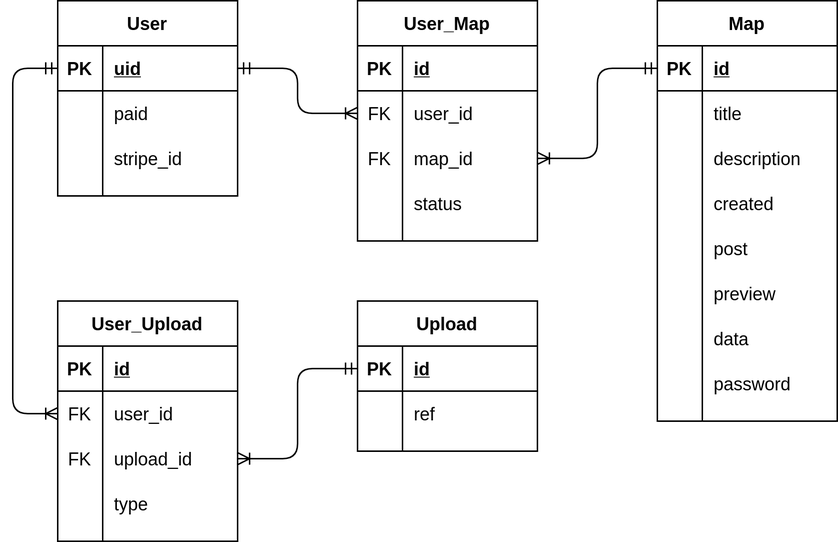
AndreasAtakan/GeoTales keeps this draw.io diagram as diagrams/db.png. Above is the earlier version. Source tidied: cells renumbered, new cells last; positions are measured from the earlier drawing's top-left corner, leaving out a move shared by most shapes.
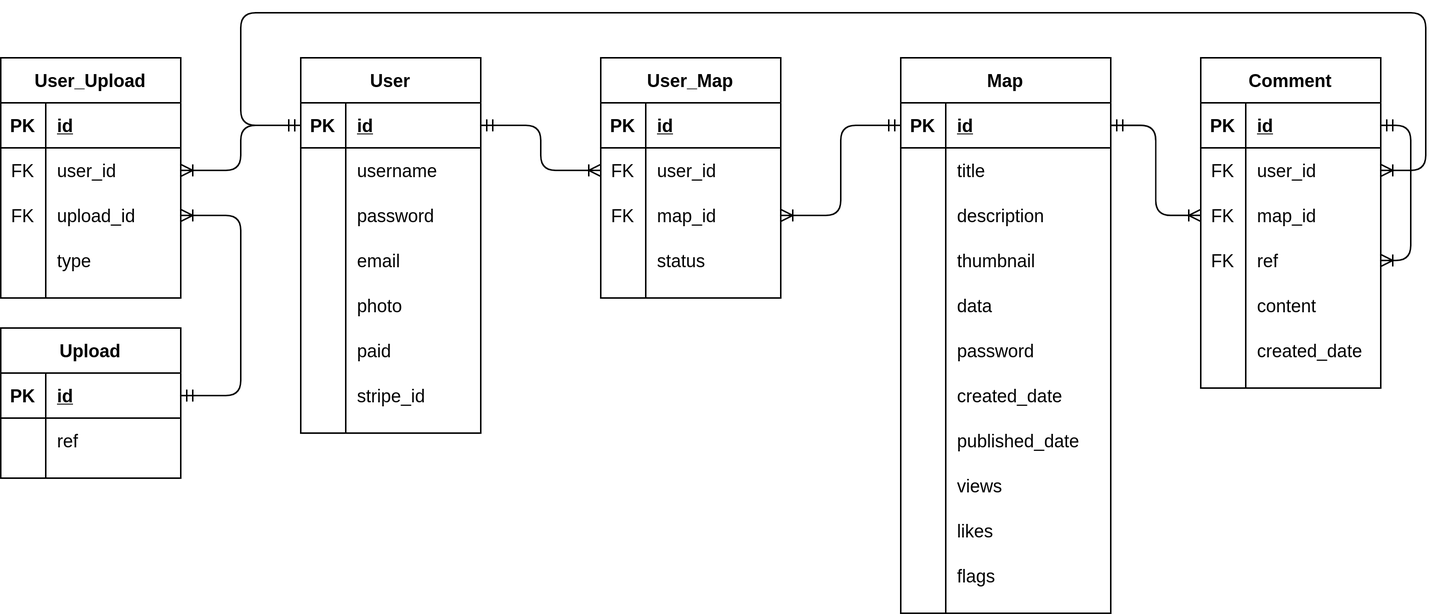
Above is the later version.

The edit, as a diff of the source:
```diff
@@ -5,3 +5,3 @@
     <mxCell id="2" value="User" style="shape=table;startSize=30;rowLines=0;fontStyle=1;align=center;comic=0;" parent="1" vertex="1">
-      <mxGeometry x="30" width="120" height="130" as="geometry" />
+      <mxGeometry x="30" width="120" height="250" as="geometry" />
     </mxCell>
@@ -13,7 +13,43 @@
     </mxCell>
-    <mxCell id="5" value="uid" style="shape=partialRectangle;fillColor=none;top=0;left=0;bottom=0;right=0;align=left;spacingLeft=6;fontStyle=5;overflow=hidden;" parent="3" vertex="1">
+    <mxCell id="5" value="id" style="shape=partialRectangle;fillColor=none;top=0;left=0;bottom=0;right=0;align=left;spacingLeft=6;fontStyle=5;overflow=hidden;" parent="3" vertex="1">
       <mxGeometry x="30" width="90" height="30" as="geometry" />
     </mxCell>
+    <mxCell id="74" style="shape=partialRectangle;fillColor=none;top=0;left=0;bottom=0;right=0;" parent="2" vertex="1">
+      <mxGeometry y="60" width="120" height="30" as="geometry" />
+    </mxCell>
+    <mxCell id="75" style="shape=partialRectangle;fillColor=none;top=0;left=0;bottom=0;right=0;overflow=hidden;" parent="74" vertex="1">
+      <mxGeometry width="30" height="30" as="geometry" />
+    </mxCell>
+    <mxCell id="76" value="username" style="shape=partialRectangle;fillColor=none;top=0;left=0;bottom=0;right=0;align=left;spacingLeft=6;overflow=hidden;" parent="74" vertex="1">
+      <mxGeometry x="30" width="90" height="30" as="geometry" />
+    </mxCell>
+    <mxCell id="77" style="shape=partialRectangle;fillColor=none;top=0;left=0;bottom=0;right=0;" parent="2" vertex="1">
+      <mxGeometry y="90" width="120" height="30" as="geometry" />
+    </mxCell>
+    <mxCell id="78" style="shape=partialRectangle;fillColor=none;top=0;left=0;bottom=0;right=0;overflow=hidden;" parent="77" vertex="1">
+      <mxGeometry width="30" height="30" as="geometry" />
+    </mxCell>
+    <mxCell id="79" value="password" style="shape=partialRectangle;fillColor=none;top=0;left=0;bottom=0;right=0;align=left;spacingLeft=6;overflow=hidden;" parent="77" vertex="1">
+      <mxGeometry x="30" width="90" height="30" as="geometry" />
+    </mxCell>
+    <mxCell id="80" style="shape=partialRectangle;fillColor=none;top=0;left=0;bottom=0;right=0;" parent="2" vertex="1">
+      <mxGeometry y="120" width="120" height="30" as="geometry" />
+    </mxCell>
+    <mxCell id="81" style="shape=partialRectangle;fillColor=none;top=0;left=0;bottom=0;right=0;overflow=hidden;" parent="80" vertex="1">
+      <mxGeometry width="30" height="30" as="geometry" />
+    </mxCell>
+    <mxCell id="82" value="email" style="shape=partialRectangle;fillColor=none;top=0;left=0;bottom=0;right=0;align=left;spacingLeft=6;overflow=hidden;" parent="80" vertex="1">
+      <mxGeometry x="30" width="90" height="30" as="geometry" />
+    </mxCell>
+    <mxCell id="83" style="shape=partialRectangle;fillColor=none;top=0;left=0;bottom=0;right=0;" parent="2" vertex="1">
+      <mxGeometry y="150" width="120" height="30" as="geometry" />
+    </mxCell>
+    <mxCell id="84" style="shape=partialRectangle;fillColor=none;top=0;left=0;bottom=0;right=0;overflow=hidden;" parent="83" vertex="1">
+      <mxGeometry width="30" height="30" as="geometry" />
+    </mxCell>
+    <mxCell id="85" value="photo" style="shape=partialRectangle;fillColor=none;top=0;left=0;bottom=0;right=0;align=left;spacingLeft=6;overflow=hidden;" parent="83" vertex="1">
+      <mxGeometry x="30" width="90" height="30" as="geometry" />
+    </mxCell>
     <mxCell id="6" style="shape=partialRectangle;fillColor=none;top=0;left=0;bottom=0;right=0;" parent="2" vertex="1">
-      <mxGeometry y="60" width="120" height="30" as="geometry" />
+      <mxGeometry y="180" width="120" height="30" as="geometry" />
     </mxCell>
@@ -26,3 +62,3 @@
     <mxCell id="9" style="shape=partialRectangle;fillColor=none;top=0;left=0;bottom=0;right=0;" parent="2" vertex="1">
-      <mxGeometry y="90" width="120" height="30" as="geometry" />
+      <mxGeometry y="210" width="120" height="30" as="geometry" />
     </mxCell>
@@ -74,6 +110,6 @@
     <mxCell id="25" value="Map" style="shape=table;startSize=30;rowLines=0;fontStyle=1;align=center;" parent="1" vertex="1">
-      <mxGeometry x="430" width="120" height="280" as="geometry" />
+      <mxGeometry x="430" width="140" height="370" as="geometry" />
     </mxCell>
     <mxCell id="26" style="shape=partialRectangle;fillColor=none;top=0;left=0;bottom=1;right=0;points=[[0,0.5],[1,0.5]];portConstraint=eastwest;" parent="25" vertex="1">
-      <mxGeometry y="30" width="120" height="30" as="geometry" />
+      <mxGeometry y="30" width="140" height="30" as="geometry" />
     </mxCell>
@@ -83,6 +119,6 @@
     <mxCell id="28" value="id" style="shape=partialRectangle;fillColor=none;top=0;left=0;bottom=0;right=0;align=left;spacingLeft=6;fontStyle=5;overflow=hidden;" parent="26" vertex="1">
-      <mxGeometry x="30" width="90" height="30" as="geometry" />
+      <mxGeometry x="30" width="110" height="30" as="geometry" />
     </mxCell>
     <mxCell id="29" style="shape=partialRectangle;fillColor=none;top=0;left=0;bottom=0;right=0;" parent="25" vertex="1">
-      <mxGeometry y="60" width="120" height="30" as="geometry" />
+      <mxGeometry y="60" width="140" height="30" as="geometry" />
     </mxCell>
@@ -92,6 +128,6 @@
     <mxCell id="31" value="title" style="shape=partialRectangle;fillColor=none;top=0;left=0;bottom=0;right=0;align=left;spacingLeft=6;overflow=hidden;" parent="29" vertex="1">
-      <mxGeometry x="30" width="90" height="30" as="geometry" />
+      <mxGeometry x="30" width="110" height="30" as="geometry" />
     </mxCell>
     <mxCell id="32" style="shape=partialRectangle;fillColor=none;top=0;left=0;bottom=0;right=0;" parent="25" vertex="1">
-      <mxGeometry y="90" width="120" height="30" as="geometry" />
+      <mxGeometry y="90" width="140" height="30" as="geometry" />
     </mxCell>
@@ -101,24 +137,6 @@
     <mxCell id="34" value="description" style="shape=partialRectangle;fillColor=none;top=0;left=0;bottom=0;right=0;align=left;spacingLeft=6;overflow=hidden;" parent="32" vertex="1">
-      <mxGeometry x="30" width="90" height="30" as="geometry" />
+      <mxGeometry x="30" width="110" height="30" as="geometry" />
     </mxCell>
-    <mxCell id="35" style="shape=partialRectangle;fillColor=none;top=0;left=0;bottom=0;right=0;" parent="25" vertex="1">
-      <mxGeometry y="120" width="120" height="30" as="geometry" />
-    </mxCell>
-    <mxCell id="36" style="shape=partialRectangle;fillColor=none;top=0;left=0;bottom=0;right=0;overflow=hidden;" parent="35" vertex="1">
-      <mxGeometry width="30" height="30" as="geometry" />
-    </mxCell>
-    <mxCell id="37" value="created" style="shape=partialRectangle;fillColor=none;top=0;left=0;bottom=0;right=0;align=left;spacingLeft=6;overflow=hidden;" parent="35" vertex="1">
-      <mxGeometry x="30" width="90" height="30" as="geometry" />
-    </mxCell>
-    <mxCell id="38" style="shape=partialRectangle;fillColor=none;top=0;left=0;bottom=0;right=0;" parent="25" vertex="1">
-      <mxGeometry y="150" width="120" height="30" as="geometry" />
-    </mxCell>
-    <mxCell id="39" style="shape=partialRectangle;fillColor=none;top=0;left=0;bottom=0;right=0;overflow=hidden;" parent="38" vertex="1">
-      <mxGeometry width="30" height="30" as="geometry" />
-    </mxCell>
-    <mxCell id="40" value="post" style="shape=partialRectangle;fillColor=none;top=0;left=0;bottom=0;right=0;align=left;spacingLeft=6;overflow=hidden;" parent="38" vertex="1">
-      <mxGeometry x="30" width="90" height="30" as="geometry" />
-    </mxCell>
     <mxCell id="41" style="shape=partialRectangle;fillColor=none;top=0;left=0;bottom=0;right=0;" parent="25" vertex="1">
-      <mxGeometry y="180" width="120" height="30" as="geometry" />
+      <mxGeometry y="120" width="140" height="30" as="geometry" />
     </mxCell>
@@ -127,7 +145,7 @@
     </mxCell>
-    <mxCell id="43" value="preview" style="shape=partialRectangle;fillColor=none;top=0;left=0;bottom=0;right=0;align=left;spacingLeft=6;overflow=hidden;" parent="41" vertex="1">
-      <mxGeometry x="30" width="90" height="30" as="geometry" />
+    <mxCell id="43" value="thumbnail" style="shape=partialRectangle;fillColor=none;top=0;left=0;bottom=0;right=0;align=left;spacingLeft=6;overflow=hidden;" parent="41" vertex="1">
+      <mxGeometry x="30" width="110" height="30" as="geometry" />
     </mxCell>
     <mxCell id="44" style="shape=partialRectangle;fillColor=none;top=0;left=0;bottom=0;right=0;" parent="25" vertex="1">
-      <mxGeometry y="210" width="120" height="30" as="geometry" />
+      <mxGeometry y="150" width="140" height="30" as="geometry" />
     </mxCell>
@@ -137,6 +155,51 @@
     <mxCell id="46" value="data" style="shape=partialRectangle;fillColor=none;top=0;left=0;bottom=0;right=0;align=left;spacingLeft=6;overflow=hidden;" parent="44" vertex="1">
-      <mxGeometry x="30" width="90" height="30" as="geometry" />
+      <mxGeometry x="30" width="110" height="30" as="geometry" />
     </mxCell>
+    <mxCell id="86" style="shape=partialRectangle;fillColor=none;top=0;left=0;bottom=0;right=0;" parent="25" vertex="1">
+      <mxGeometry y="180" width="140" height="30" as="geometry" />
+    </mxCell>
+    <mxCell id="87" style="shape=partialRectangle;fillColor=none;top=0;left=0;bottom=0;right=0;overflow=hidden;" parent="86" vertex="1">
+      <mxGeometry width="30" height="30" as="geometry" />
+    </mxCell>
+    <mxCell id="88" value="password" style="shape=partialRectangle;fillColor=none;top=0;left=0;bottom=0;right=0;align=left;spacingLeft=6;overflow=hidden;" parent="86" vertex="1">
+      <mxGeometry x="30" width="110" height="30" as="geometry" />
+    </mxCell>
+    <mxCell id="89" style="shape=partialRectangle;fillColor=none;top=0;left=0;bottom=0;right=0;" parent="25" vertex="1">
+      <mxGeometry y="210" width="140" height="30" as="geometry" />
+    </mxCell>
+    <mxCell id="90" style="shape=partialRectangle;fillColor=none;top=0;left=0;bottom=0;right=0;overflow=hidden;" parent="89" vertex="1">
+      <mxGeometry width="30" height="30" as="geometry" />
+    </mxCell>
+    <mxCell id="91" value="created_date" style="shape=partialRectangle;fillColor=none;top=0;left=0;bottom=0;right=0;align=left;spacingLeft=6;overflow=hidden;" parent="89" vertex="1">
+      <mxGeometry x="30" width="110" height="30" as="geometry" />
+    </mxCell>
+    <mxCell id="92" style="shape=partialRectangle;fillColor=none;top=0;left=0;bottom=0;right=0;" parent="25" vertex="1">
+      <mxGeometry y="240" width="140" height="30" as="geometry" />
+    </mxCell>
+    <mxCell id="93" style="shape=partialRectangle;fillColor=none;top=0;left=0;bottom=0;right=0;overflow=hidden;" parent="92" vertex="1">
+      <mxGeometry width="30" height="30" as="geometry" />
+    </mxCell>
+    <mxCell id="94" value="published_date" style="shape=partialRectangle;fillColor=none;top=0;left=0;bottom=0;right=0;align=left;spacingLeft=6;overflow=hidden;" parent="92" vertex="1">
+      <mxGeometry x="30" width="110" height="30" as="geometry" />
+    </mxCell>
+    <mxCell id="95" style="shape=partialRectangle;fillColor=none;top=0;left=0;bottom=0;right=0;" parent="25" vertex="1">
+      <mxGeometry y="270" width="140" height="30" as="geometry" />
+    </mxCell>
+    <mxCell id="96" style="shape=partialRectangle;fillColor=none;top=0;left=0;bottom=0;right=0;overflow=hidden;" parent="95" vertex="1">
+      <mxGeometry width="30" height="30" as="geometry" />
+    </mxCell>
+    <mxCell id="97" value="views" style="shape=partialRectangle;fillColor=none;top=0;left=0;bottom=0;right=0;align=left;spacingLeft=6;overflow=hidden;" parent="95" vertex="1">
+      <mxGeometry x="30" width="110" height="30" as="geometry" />
+    </mxCell>
+    <mxCell id="98" style="shape=partialRectangle;fillColor=none;top=0;left=0;bottom=0;right=0;" parent="25" vertex="1">
+      <mxGeometry y="300" width="140" height="30" as="geometry" />
+    </mxCell>
+    <mxCell id="99" style="shape=partialRectangle;fillColor=none;top=0;left=0;bottom=0;right=0;overflow=hidden;" parent="98" vertex="1">
+      <mxGeometry width="30" height="30" as="geometry" />
+    </mxCell>
+    <mxCell id="100" value="likes" style="shape=partialRectangle;fillColor=none;top=0;left=0;bottom=0;right=0;align=left;spacingLeft=6;overflow=hidden;" parent="98" vertex="1">
+      <mxGeometry x="30" width="110" height="30" as="geometry" />
+    </mxCell>
     <mxCell id="47" style="shape=partialRectangle;fillColor=none;top=0;left=0;bottom=0;right=0;" parent="25" vertex="1">
-      <mxGeometry y="240" width="120" height="30" as="geometry" />
+      <mxGeometry y="330" width="140" height="30" as="geometry" />
     </mxCell>
@@ -145,4 +208,4 @@
     </mxCell>
-    <mxCell id="49" value="password" style="shape=partialRectangle;fillColor=none;top=0;left=0;bottom=0;right=0;align=left;spacingLeft=6;overflow=hidden;" parent="47" vertex="1">
-      <mxGeometry x="30" width="90" height="30" as="geometry" />
+    <mxCell id="49" value="flags" style="shape=partialRectangle;fillColor=none;top=0;left=0;bottom=0;right=0;align=left;spacingLeft=6;overflow=hidden;" parent="47" vertex="1">
+      <mxGeometry x="30" width="110" height="30" as="geometry" />
     </mxCell>
@@ -155,3 +218,3 @@
     <mxCell id="52" value="User_Upload" style="shape=table;startSize=30;rowLines=0;fontStyle=1;align=center;comic=0;" parent="1" vertex="1">
-      <mxGeometry x="30" y="200" width="120" height="160" as="geometry" />
+      <mxGeometry x="-170" width="120" height="160" as="geometry" />
     </mxCell>
@@ -194,3 +257,3 @@
     <mxCell id="65" value="Upload" style="shape=table;startSize=30;rowLines=0;fontStyle=1;align=center;comic=0;" parent="1" vertex="1">
-      <mxGeometry x="230" y="200" width="120" height="100" as="geometry" />
+      <mxGeometry x="-170" y="180" width="120" height="100" as="geometry" />
     </mxCell>
@@ -217,4 +280,4 @@
         <Array as="points">
-          <mxPoint y="45" />
-          <mxPoint y="275" />
+          <mxPoint x="-10" y="45" />
+          <mxPoint x="-10" y="75" />
         </Array>
@@ -225,4 +288,4 @@
         <Array as="points">
-          <mxPoint x="190" y="245" />
-          <mxPoint x="190" y="305" />
+          <mxPoint x="-10" y="225" />
+          <mxPoint x="-10" y="105" />
         </Array>
@@ -230,2 +293,85 @@
     </mxCell>
+    <mxCell id="101" value="Comment" style="shape=table;startSize=30;rowLines=0;fontStyle=1;align=center;comic=0;" parent="1" vertex="1">
+      <mxGeometry x="630" width="120" height="220" as="geometry" />
+    </mxCell>
+    <mxCell id="102" style="shape=partialRectangle;fillColor=none;top=0;left=0;bottom=1;right=0;points=[[0,0.5],[1,0.5]];portConstraint=eastwest;" parent="101" vertex="1">
+      <mxGeometry y="30" width="120" height="30" as="geometry" />
+    </mxCell>
+    <mxCell id="103" value="PK" style="shape=partialRectangle;fillColor=none;top=0;left=0;bottom=0;right=0;fontStyle=1;overflow=hidden;" parent="102" vertex="1">
+      <mxGeometry width="30" height="30" as="geometry" />
+    </mxCell>
+    <mxCell id="104" value="id" style="shape=partialRectangle;fillColor=none;top=0;left=0;bottom=0;right=0;align=left;spacingLeft=6;fontStyle=5;overflow=hidden;" parent="102" vertex="1">
+      <mxGeometry x="30" width="90" height="30" as="geometry" />
+    </mxCell>
+    <mxCell id="105" style="shape=partialRectangle;fillColor=none;top=0;left=0;bottom=0;right=0;points=[[0,0.5],[1,0.5]];portConstraint=eastwest;" parent="101" vertex="1">
+      <mxGeometry y="60" width="120" height="30" as="geometry" />
+    </mxCell>
+    <mxCell id="106" value="FK" style="shape=partialRectangle;fillColor=none;top=0;left=0;bottom=0;right=0;overflow=hidden;" parent="105" vertex="1">
+      <mxGeometry width="30" height="30" as="geometry" />
+    </mxCell>
+    <mxCell id="107" value="user_id" style="shape=partialRectangle;fillColor=none;top=0;left=0;bottom=0;right=0;align=left;spacingLeft=6;overflow=hidden;" parent="105" vertex="1">
+      <mxGeometry x="30" width="90" height="30" as="geometry" />
+    </mxCell>
+    <mxCell id="108" style="shape=partialRectangle;fillColor=none;top=0;left=0;bottom=0;right=0;points=[[0,0.5],[1,0.5]];portConstraint=eastwest;" parent="101" vertex="1">
+      <mxGeometry y="90" width="120" height="30" as="geometry" />
+    </mxCell>
+    <mxCell id="109" value="FK" style="shape=partialRectangle;fillColor=none;top=0;left=0;bottom=0;right=0;overflow=hidden;" parent="108" vertex="1">
+      <mxGeometry width="30" height="30" as="geometry" />
+    </mxCell>
+    <mxCell id="110" value="map_id" style="shape=partialRectangle;fillColor=none;top=0;left=0;bottom=0;right=0;align=left;spacingLeft=6;overflow=hidden;" parent="108" vertex="1">
+      <mxGeometry x="30" width="90" height="30" as="geometry" />
+    </mxCell>
+    <mxCell id="111" style="shape=partialRectangle;fillColor=none;top=0;left=0;bottom=0;right=0;points=[[0,0.5],[1,0.5]];portConstraint=eastwest;" parent="101" vertex="1">
+      <mxGeometry y="120" width="120" height="30" as="geometry" />
+    </mxCell>
+    <mxCell id="112" value="FK" style="shape=partialRectangle;fillColor=none;top=0;left=0;bottom=0;right=0;overflow=hidden;" parent="111" vertex="1">
+      <mxGeometry width="30" height="30" as="geometry" />
+    </mxCell>
+    <mxCell id="113" value="ref" style="shape=partialRectangle;fillColor=none;top=0;left=0;bottom=0;right=0;align=left;spacingLeft=6;overflow=hidden;" parent="111" vertex="1">
+      <mxGeometry x="30" width="90" height="30" as="geometry" />
+    </mxCell>
+    <mxCell id="114" style="shape=partialRectangle;fillColor=none;top=0;left=0;bottom=0;right=0;" parent="101" vertex="1">
+      <mxGeometry y="150" width="120" height="30" as="geometry" />
+    </mxCell>
+    <mxCell id="115" style="shape=partialRectangle;fillColor=none;top=0;left=0;bottom=0;right=0;overflow=hidden;" parent="114" vertex="1">
+      <mxGeometry width="30" height="30" as="geometry" />
+    </mxCell>
+    <mxCell id="116" value="content" style="shape=partialRectangle;fillColor=none;top=0;left=0;bottom=0;right=0;align=left;spacingLeft=6;overflow=hidden;" parent="114" vertex="1">
+      <mxGeometry x="30" width="90" height="30" as="geometry" />
+    </mxCell>
+    <mxCell id="117" style="shape=partialRectangle;fillColor=none;top=0;left=0;bottom=0;right=0;" parent="101" vertex="1">
+      <mxGeometry y="180" width="120" height="30" as="geometry" />
+    </mxCell>
+    <mxCell id="118" style="shape=partialRectangle;fillColor=none;top=0;left=0;bottom=0;right=0;overflow=hidden;" parent="117" vertex="1">
+      <mxGeometry width="30" height="30" as="geometry" />
+    </mxCell>
+    <mxCell id="119" value="created_date" style="shape=partialRectangle;fillColor=none;top=0;left=0;bottom=0;right=0;align=left;spacingLeft=6;overflow=hidden;" parent="117" vertex="1">
+      <mxGeometry x="30" width="90" height="30" as="geometry" />
+    </mxCell>
+    <mxCell id="120" style="edgeStyle=orthogonalEdgeStyle;fontSize=12;html=1;endArrow=ERoneToMany;startArrow=ERmandOne;" parent="101" edge="1" source="102" target="111">
+      <mxGeometry relative="1" as="geometry">
+        <Array as="points">
+          <mxPoint x="140" y="45" />
+          <mxPoint x="140" y="135" />
+        </Array>
+      </mxGeometry>
+    </mxCell>
+    <mxCell id="121" style="edgeStyle=orthogonalEdgeStyle;fontSize=12;html=1;endArrow=ERoneToMany;startArrow=ERmandOne;" parent="1" edge="1" source="3" target="105">
+      <mxGeometry relative="1" as="geometry">
+        <Array as="points">
+          <mxPoint x="-10" y="45" />
+          <mxPoint x="-10" y="-30" />
+          <mxPoint x="780" y="-30" />
+          <mxPoint x="780" y="75" />
+        </Array>
+      </mxGeometry>
+    </mxCell>
+    <mxCell id="122" style="edgeStyle=orthogonalEdgeStyle;fontSize=12;html=1;endArrow=ERoneToMany;startArrow=ERmandOne;" parent="1" edge="1" source="26" target="108">
+      <mxGeometry relative="1" as="geometry">
+        <Array as="points">
+          <mxPoint x="600" y="45" />
+          <mxPoint x="600" y="105" />
+        </Array>
+      </mxGeometry>
+    </mxCell>
   </root>
```
